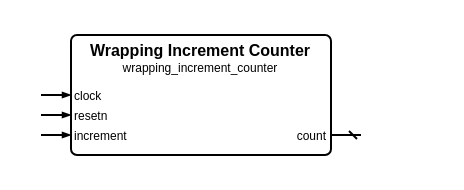
Earlier version of the draw.io diagram sources/counter/wrapping_increment_counter/wrapping_increment_counter.symbol.drawio (Louis-DR/OmniCores-BuildingBlocks). Source tidied: cells renumbered, new cells numbered last; positions are measured from the earlier drawing's top-left corner, leaving out a move shared by most shapes. Both pictures are drawn from the tidied source at 200%, with x=0, y=0 at pixel (40, 34).
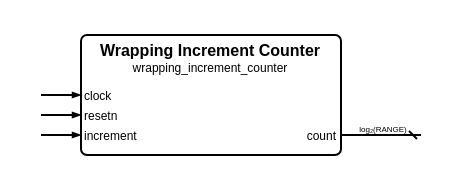
After the change.

Diff of the diagram source:
```diff
@@
 <mxGraphModel>
   <root>
     <mxCell id="0" />
     <mxCell id="1" parent="0" />
     <mxCell id="2" style="group;" parent="1" vertex="1">
-      <mxGeometry width="160" height="60" as="geometry" />
+      <mxGeometry width="190" height="60" as="geometry" />
     </mxCell>
     <mxCell id="3" style="rounded=1;arcSize=5;fillColor=none;strokeWidth=1;strokeColor=black;whiteSpace=wrap;html=1;" parent="2" vertex="1">
-      <mxGeometry x="15" width="130" height="60" as="geometry" />
+      <mxGeometry x="20" width="130" height="60" as="geometry" />
     </mxCell>
     <mxCell id="4" value="Wrapping Increment Counter" style="text;html=1;align=center;verticalAlign=middle;whiteSpace=wrap;rounded=0;fontSize=8;fontStyle=1;fontColor=black;" parent="2" vertex="1">
-      <mxGeometry x="15" y="7" width="130" as="geometry" />
+      <mxGeometry x="20" y="7" width="130" as="geometry" />
     </mxCell>
     <mxCell id="5" value="wrapping_increment_counter" style="text;html=1;align=center;verticalAlign=middle;whiteSpace=wrap;rounded=0;fontSize=6;fontStyle=0;fontColor=black;" parent="2" vertex="1">
-      <mxGeometry x="15" y="16" width="130" as="geometry" />
+      <mxGeometry x="20" y="16" width="130" as="geometry" />
     </mxCell>
     <mxCell id="6" value="clock" style="text;html=1;align=left;verticalAlign=middle;whiteSpace=wrap;rounded=0;fontSize=6;fontStyle=0;fontColor=black;" parent="2" vertex="1">
-      <mxGeometry x="15" y="30" width="130" as="geometry" />
+      <mxGeometry x="20" y="30" width="130" as="geometry" />
     </mxCell>
     <mxCell id="7" style="html=1;rounded=1;strokeWidth=1;strokeColor=black;startFill=0;startSize=2;startArrow=none;endFill=1;endSize=2;endArrow=blockThin;sourcePerimeterSpacing=0;" parent="2" edge="1">
       <mxGeometry relative="1" as="geometry">
         <mxPoint y="30" as="sourcePoint" />
-        <mxPoint x="15" y="30" as="targetPoint" />
+        <mxPoint x="20" y="30" as="targetPoint" />
       </mxGeometry>
     </mxCell>
     <mxCell id="8" value="resetn" style="text;html=1;align=left;verticalAlign=middle;whiteSpace=wrap;rounded=0;fontSize=6;fontStyle=0;fontColor=black;" parent="2" vertex="1">
-      <mxGeometry x="15" y="40" width="130" as="geometry" />
+      <mxGeometry x="20" y="40" width="130" as="geometry" />
     </mxCell>
     <mxCell id="9" style="html=1;rounded=1;strokeWidth=1;strokeColor=black;startFill=0;startSize=2;startArrow=none;endFill=1;endSize=2;endArrow=blockThin;sourcePerimeterSpacing=0;" parent="2" edge="1">
       <mxGeometry relative="1" as="geometry">
         <mxPoint y="40" as="sourcePoint" />
-        <mxPoint x="15" y="40" as="targetPoint" />
+        <mxPoint x="20" y="40" as="targetPoint" />
       </mxGeometry>
     </mxCell>
     <mxCell id="10" value="increment" style="text;html=1;align=left;verticalAlign=middle;whiteSpace=wrap;rounded=0;fontSize=6;fontStyle=0;fontColor=black;" parent="2" vertex="1">
-      <mxGeometry x="15" y="50" width="130" as="geometry" />
+      <mxGeometry x="20" y="50" width="130" as="geometry" />
     </mxCell>
     <mxCell id="11" style="html=1;rounded=1;strokeWidth=1;strokeColor=black;startFill=0;startSize=2;startArrow=none;endFill=1;endSize=2;endArrow=blockThin;sourcePerimeterSpacing=0;" parent="2" edge="1">
       <mxGeometry relative="1" as="geometry">
         <mxPoint y="50" as="sourcePoint" />
-        <mxPoint x="15" y="50" as="targetPoint" />
+        <mxPoint x="20" y="50" as="targetPoint" />
       </mxGeometry>
     </mxCell>
     <mxCell id="12" value="count" style="text;html=1;align=right;verticalAlign=middle;whiteSpace=wrap;rounded=0;fontSize=6;fontStyle=0;fontColor=black;" parent="2" vertex="1">
-      <mxGeometry x="15" y="50" width="130" as="geometry" />
+      <mxGeometry x="20" y="50" width="130" as="geometry" />
     </mxCell>
     <mxCell id="13" style="html=1;rounded=1;strokeWidth=1;strokeColor=black;startFill=0;startSize=2;startArrow=dash;endFill=1;endSize=2;endArrow=none;sourcePerimeterSpacing=0;" parent="2" edge="1">
       <mxGeometry relative="1" as="geometry">
-        <mxPoint x="160" y="50" as="sourcePoint" />
-        <mxPoint x="145" y="50" as="targetPoint" />
+        <mxPoint x="190" y="50" as="sourcePoint" />
+        <mxPoint x="150" y="50" as="targetPoint" />
       </mxGeometry>
     </mxCell>
+    <mxCell id="14" value="log₂(RANGE)" style="text;html=1;align=center;verticalAlign=middle;whiteSpace=nowrap;rounded=0;fontSize=4;fontStyle=0;fontColor=black;" parent="2" vertex="1">
+      <mxGeometry x="170" y="47" as="geometry" />
+    </mxCell>
   </root>
 </mxGraphModel>
```
